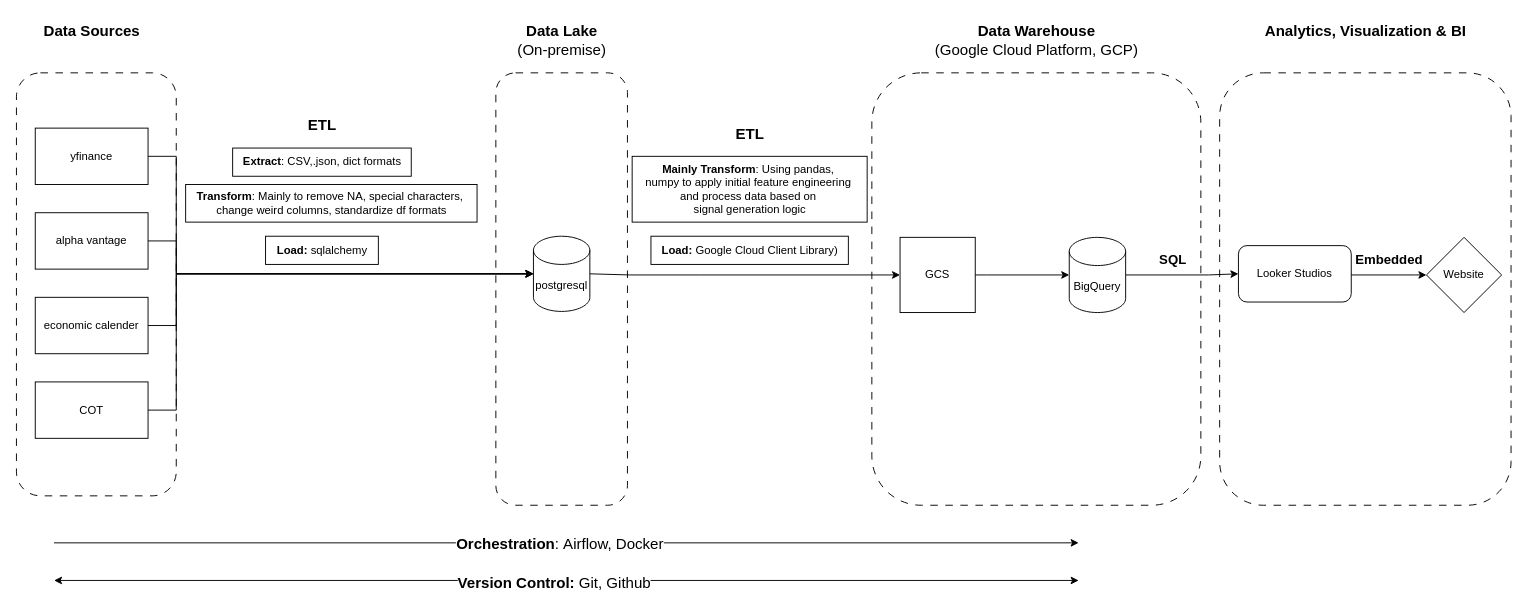
Earlier version of the draw.io diagram Stock Analysis System.drawio (Tgop1310/Projects). Source tidied: cells renumbered, new cells numbered last; positions are measured from the earlier drawing's top-left corner, leaving out a move shared by most shapes. Both pictures are drawn from the tidied source at 94%, with x=0, y=0 at pixel (16, 16).
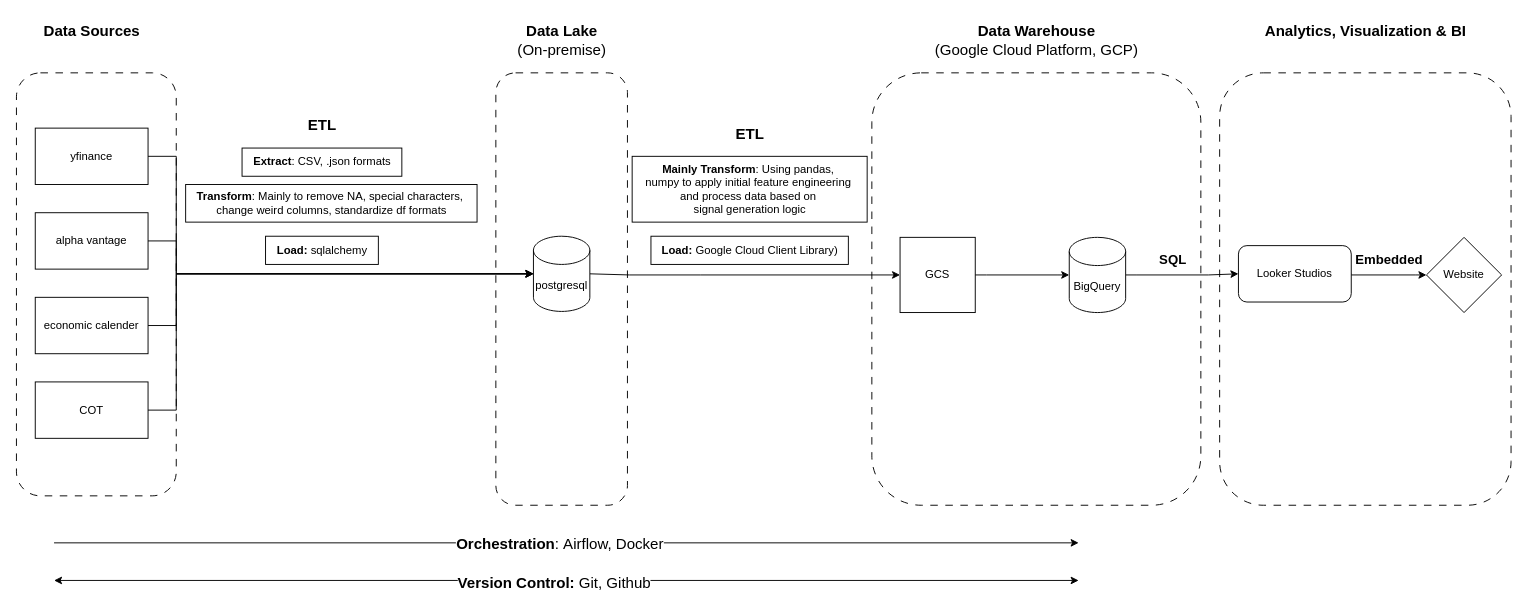
After the change.

Change to the diagram source:
```diff
@@
-    <mxCell id="35" value="&lt;span style=&quot;font-weight: 700;&quot;&gt;Extract&lt;/span&gt;: CSV,.json, dict formats" style="text;html=1;align=center;verticalAlign=middle;strokeColor=default;fillColor=none;" parent="1" vertex="1">
-      <mxGeometry x="230" y="140" width="190" height="30" as="geometry" />
+    <mxCell id="35" value="&lt;span style=&quot;font-weight: 700;&quot;&gt;Extract&lt;/span&gt;: CSV, .json formats" style="text;html=1;align=center;verticalAlign=middle;strokeColor=default;fillColor=none;" parent="1" vertex="1">
+      <mxGeometry x="240" y="140" width="170" height="30" as="geometry" />
     </mxCell>
```
